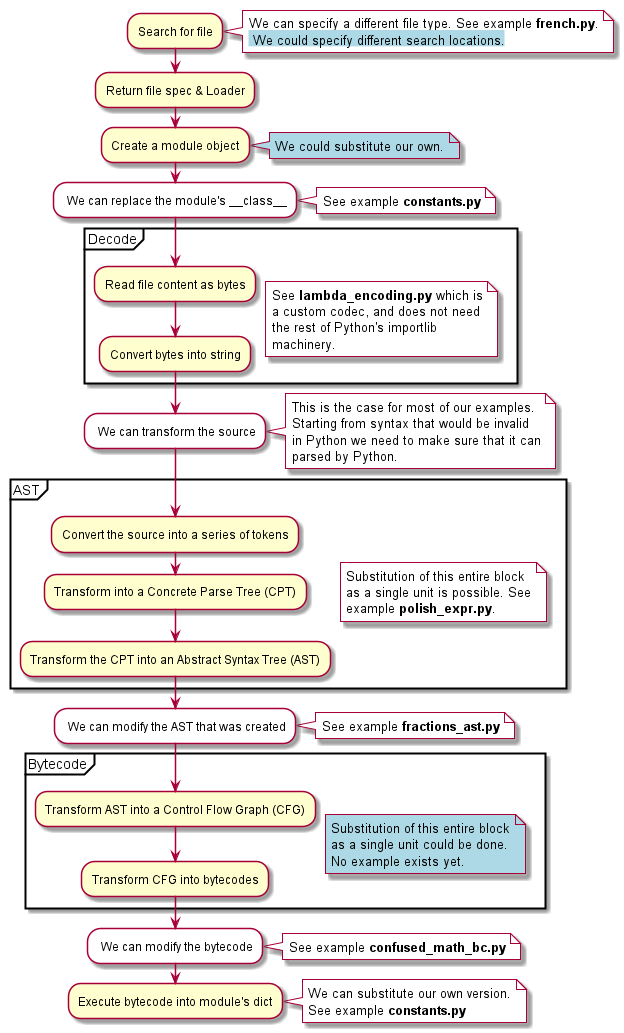
This is docs/source/_static/import_hook3.png from aroberge/ideas, a PlantUML export, as it was before one commit. Its source is kept beside it as docs/source/import_hook3.puml.
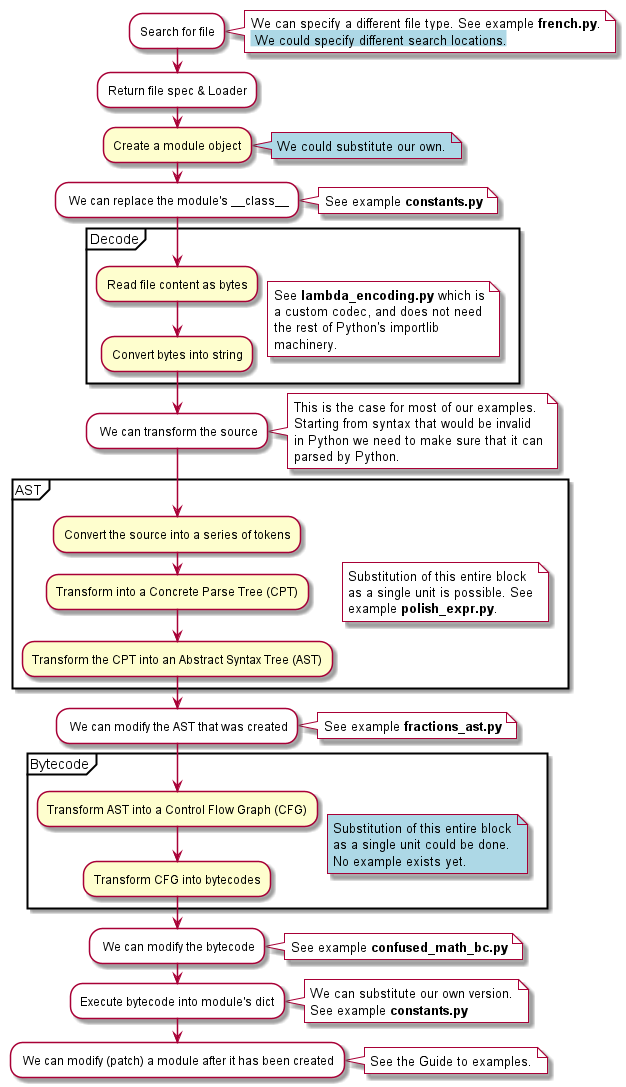
The same diagram one commit later.

Diff of the diagram source:
```diff
@@ -1,10 +1,10 @@
 @startuml
-    :Search for file;
+    #White :Search for file;
     note right #White
         We can specify a different file type. See example **french.py**.
         <back:lightblue> We could specify different search locations.</back>
     end note
-    :Return file spec & Loader;
+    #White :Return file spec & Loader;
     :Create a module object;
     note right #LightBlue
         We could substitute our own.
@@ -51,9 +51,13 @@
     }
     #White: We can modify the bytecode;
     note right #White: See example **confused_math_bc.py**
-    :Execute bytecode into module's dict;
+    #White :Execute bytecode into module's dict;
     note right #White
        We can substitute our own version.
        See example **constants.py**
     end note
+    #White: We can modify (patch) a module after it has been created;
+    note right #White
+       See the Guide to examples.
+    end note
 @enduml
```
